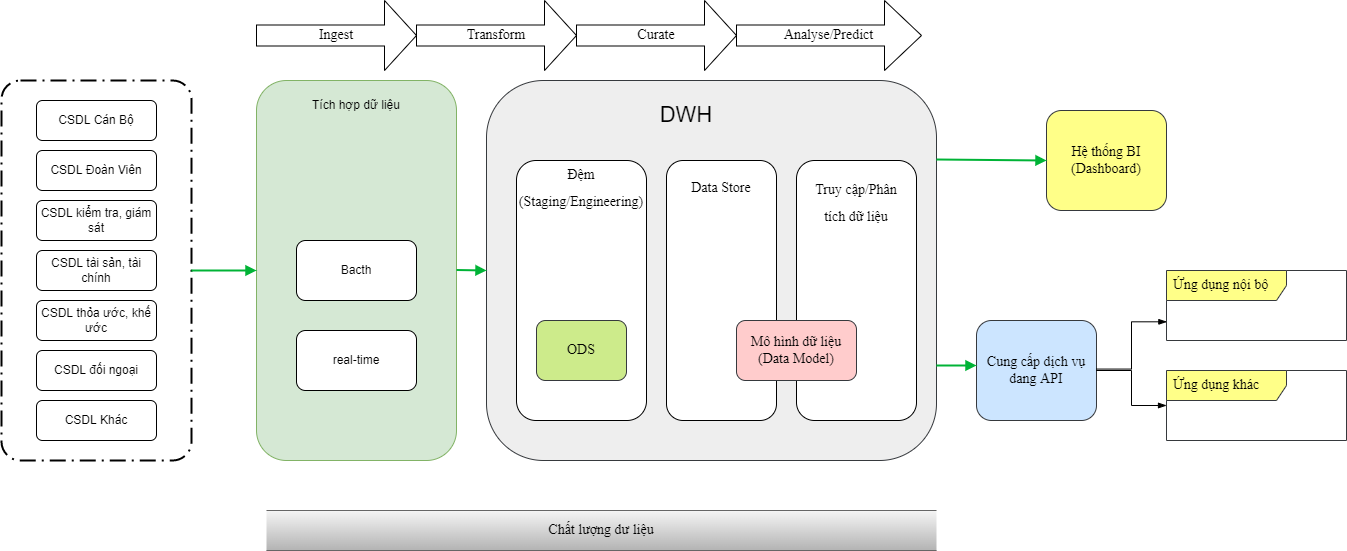
Earlier version of the draw.io export Untitled Diagram.drawio.png (letheanh12345/Draw-io). Source tidied: cells renumbered, new cells last; positions are measured from the earlier drawing's top-left corner, leaving out a move shared by most shapes. Source of this version:
```xml
<mxGraphModel>
  <root>
    <mxCell id="0" />
    <mxCell id="1" parent="0" />
    <mxCell id="2" value="CSDL Cán Bộ" style="rounded=1;whiteSpace=wrap;html=1;" parent="1" vertex="1">
      <mxGeometry x="35" y="100" width="120" height="40" as="geometry" />
    </mxCell>
    <mxCell id="3" value="CSDL Đoàn Viên" style="rounded=1;whiteSpace=wrap;html=1;" parent="1" vertex="1">
      <mxGeometry x="35" y="150" width="120" height="40" as="geometry" />
    </mxCell>
    <mxCell id="4" value="CSDL kiểm tra, giám sát" style="rounded=1;whiteSpace=wrap;html=1;" parent="1" vertex="1">
      <mxGeometry x="35" y="200" width="120" height="40" as="geometry" />
    </mxCell>
    <mxCell id="5" value="CSDL tài sản, tài chính" style="rounded=1;whiteSpace=wrap;html=1;" parent="1" vertex="1">
      <mxGeometry x="35" y="250" width="120" height="40" as="geometry" />
    </mxCell>
    <mxCell id="6" value="CSDL thỏa ước, khế ước" style="rounded=1;whiteSpace=wrap;html=1;" parent="1" vertex="1">
      <mxGeometry x="35" y="300" width="120" height="40" as="geometry" />
    </mxCell>
    <mxCell id="7" value="CSDL đối ngoại" style="rounded=1;whiteSpace=wrap;html=1;" parent="1" vertex="1">
      <mxGeometry x="35" y="350" width="120" height="40" as="geometry" />
    </mxCell>
    <mxCell id="8" value="CSDL Khác" style="rounded=1;whiteSpace=wrap;html=1;" parent="1" vertex="1">
      <mxGeometry x="35" y="400" width="120" height="40" as="geometry" />
    </mxCell>
    <mxCell id="9" style="points=[[0.25,0,0],[0.5,0,0],[0.75,0,0],[1,0.25,0],[1,0.5,0],[1,0.75,0],[0.75,1,0],[0.5,1,0],[0.25,1,0],[0,0.75,0],[0,0.5,0],[0,0.25,0]];rounded=1;arcSize=10;dashed=1;strokeColor=#000000;fillColor=none;gradientColor=none;dashPattern=8 3 1 3;strokeWidth=2;" parent="1" vertex="1">
      <mxGeometry y="80" width="190" height="380" as="geometry" />
    </mxCell>
    <mxCell id="10" style="edgeStyle=none;rounded=0;html=1;jettySize=auto;strokeColor=#00B336;strokeWidth=2;fontColor=#000000;jumpStyle=none;endArrow=block;endFill=1;startArrow=none;" parent="1" edge="1" source="9">
      <mxGeometry relative="1" as="geometry">
        <mxPoint x="255" y="270" as="targetPoint" />
      </mxGeometry>
    </mxCell>
    <mxCell id="11" style="rounded=1;whiteSpace=wrap;html=1;fillColor=#d5e8d4;strokeColor=#82b366;" parent="1" vertex="1">
      <mxGeometry x="255" y="80" width="200" height="380" as="geometry" />
    </mxCell>
    <mxCell id="12" value="Tích hợp dữ liệu" style="text;html=1;strokeColor=none;fillColor=none;align=center;verticalAlign=middle;whiteSpace=wrap;rounded=0;" parent="1" vertex="1">
      <mxGeometry x="275" y="90" width="160" height="30" as="geometry" />
    </mxCell>
    <mxCell id="13" value="Bacth" style="rounded=1;whiteSpace=wrap;html=1;" parent="1" vertex="1">
      <mxGeometry x="295" y="240" width="120" height="60" as="geometry" />
    </mxCell>
    <mxCell id="14" value="real-time" style="rounded=1;whiteSpace=wrap;html=1;" parent="1" vertex="1">
      <mxGeometry x="295" y="330" width="120" height="60" as="geometry" />
    </mxCell>
    <mxCell id="15" style="rounded=1;whiteSpace=wrap;html=1;fillColor=#eeeeee;strokeColor=#36393d;" parent="1" vertex="1">
      <mxGeometry x="485" y="80" width="450" height="380" as="geometry" />
    </mxCell>
    <mxCell id="16" value="&lt;font style=&quot;font-size: 22px&quot;&gt;DWH&lt;/font&gt;" style="text;html=1;strokeColor=none;fillColor=none;align=center;verticalAlign=middle;whiteSpace=wrap;rounded=0;" parent="1" vertex="1">
      <mxGeometry x="505" y="100" width="360" height="30" as="geometry" />
    </mxCell>
    <mxCell id="17" style="edgeStyle=none;rounded=0;html=1;jettySize=auto;orthogonalLoop=1;strokeColor=#00B336;strokeWidth=2;fontColor=#000000;jumpStyle=none;endArrow=block;endFill=1;startArrow=none;" parent="1" edge="1">
      <mxGeometry relative="1" as="geometry">
        <mxPoint x="455" y="269.5" as="sourcePoint" />
        <mxPoint x="485" y="270" as="targetPoint" />
      </mxGeometry>
    </mxCell>
    <mxCell id="18" style="rounded=1;whiteSpace=wrap;html=1;fontSize=22;" parent="1" vertex="1">
      <mxGeometry x="515" y="160" width="130" height="260" as="geometry" />
    </mxCell>
    <mxCell id="19" value="&lt;font face=&quot;Times New Roman&quot; style=&quot;font-size: 14px&quot;&gt;Đệm (Staging/Engineering)&lt;/font&gt;" style="text;html=1;strokeColor=none;fillColor=none;align=center;verticalAlign=middle;whiteSpace=wrap;rounded=0;fontSize=22;" parent="1" vertex="1">
      <mxGeometry x="515" y="170" width="130" height="30" as="geometry" />
    </mxCell>
    <mxCell id="20" value="ODS" style="rounded=1;whiteSpace=wrap;html=1;fontFamily=Times New Roman;fontSize=14;fillColor=#cdeb8b;strokeColor=#36393d;" parent="1" vertex="1">
      <mxGeometry x="535" y="320" width="90" height="60" as="geometry" />
    </mxCell>
    <mxCell id="21" style="rounded=1;whiteSpace=wrap;html=1;fontSize=22;" parent="1" vertex="1">
      <mxGeometry x="665" y="160" width="110" height="260" as="geometry" />
    </mxCell>
    <mxCell id="22" value="&lt;font face=&quot;Times New Roman&quot;&gt;&lt;span style=&quot;font-size: 14px&quot;&gt;Data Store&lt;/span&gt;&lt;/font&gt;" style="text;html=1;strokeColor=none;fillColor=none;align=center;verticalAlign=middle;whiteSpace=wrap;rounded=0;fontSize=22;" parent="1" vertex="1">
      <mxGeometry x="670" y="170" width="100" height="30" as="geometry" />
    </mxCell>
    <mxCell id="23" style="rounded=1;whiteSpace=wrap;html=1;fontSize=22;" parent="1" vertex="1">
      <mxGeometry x="795" y="160" width="120" height="260" as="geometry" />
    </mxCell>
    <mxCell id="24" value="&lt;font face=&quot;Times New Roman&quot;&gt;&lt;span style=&quot;font-size: 14px&quot;&gt;Truy cập/Phân tích dữ liệu&lt;/span&gt;&lt;/font&gt;" style="text;html=1;strokeColor=none;fillColor=none;align=center;verticalAlign=middle;whiteSpace=wrap;rounded=0;fontSize=22;" parent="1" vertex="1">
      <mxGeometry x="805" y="170" width="100" height="60" as="geometry" />
    </mxCell>
    <mxCell id="25" value="Mô hình dữ liệu (Data Model)" style="rounded=1;whiteSpace=wrap;html=1;fontFamily=Times New Roman;fontSize=14;fillColor=#ffcccc;strokeColor=#36393d;" parent="1" vertex="1">
      <mxGeometry x="735" y="320" width="120" height="60" as="geometry" />
    </mxCell>
    <mxCell id="26" value="Hệ thống BI (Dashboard)" style="rounded=1;whiteSpace=wrap;html=1;fontFamily=Times New Roman;fontSize=14;fillColor=#ffff88;strokeColor=#36393d;" parent="1" vertex="1">
      <mxGeometry x="1045" y="110" width="120" height="100" as="geometry" />
    </mxCell>
    <mxCell id="27" style="edgeStyle=none;rounded=0;html=1;jettySize=auto;strokeColor=#00B336;strokeWidth=2;fontColor=#000000;jumpStyle=none;endArrow=block;endFill=1;startArrow=none;entryX=0;entryY=0.5;entryDx=0;entryDy=0;" parent="1" edge="1" target="26">
      <mxGeometry relative="1" as="geometry">
        <mxPoint x="935" y="159" as="sourcePoint" />
      </mxGeometry>
    </mxCell>
    <mxCell id="28" value="Cung cấp dịch vụ dang API" style="rounded=1;whiteSpace=wrap;html=1;fontFamily=Times New Roman;fontSize=14;fillColor=#cce5ff;strokeColor=#36393d;" parent="1" vertex="1">
      <mxGeometry x="975" y="320" width="120" height="100" as="geometry" />
    </mxCell>
    <mxCell id="29" value="Ứng dụng nội bộ" style="shape=umlFrame;whiteSpace=wrap;html=1;width=120;height=30;boundedLbl=1;verticalAlign=middle;align=left;spacingLeft=5;fontFamily=Times New Roman;fontSize=14;fillColor=#ffff88;strokeColor=#36393d;" parent="1" vertex="1">
      <mxGeometry x="1165" y="270" width="180" height="70" as="geometry" />
    </mxCell>
    <mxCell id="30" value="Ứng dụng khác" style="shape=umlFrame;whiteSpace=wrap;html=1;width=120;height=30;boundedLbl=1;verticalAlign=middle;align=left;spacingLeft=5;fontFamily=Times New Roman;fontSize=14;fillColor=#ffff88;strokeColor=#36393d;" parent="1" vertex="1">
      <mxGeometry x="1165" y="370" width="180" height="70" as="geometry" />
    </mxCell>
    <mxCell id="31" style="edgeStyle=none;rounded=0;html=1;jettySize=auto;strokeColor=#00B336;strokeWidth=2;fontColor=#000000;jumpStyle=none;endArrow=block;endFill=1;startArrow=none;exitX=1;exitY=0.75;exitDx=0;exitDy=0;" parent="1" edge="1" source="15">
      <mxGeometry relative="1" as="geometry">
        <mxPoint x="975" y="365" as="targetPoint" />
      </mxGeometry>
    </mxCell>
    <mxCell id="32" style="edgeStyle=elbowEdgeStyle;fontSize=12;html=1;endArrow=blockThin;endFill=1;rounded=0;fontFamily=Times New Roman;entryX=0.002;entryY=0.733;entryDx=0;entryDy=0;entryPerimeter=0;" parent="1" edge="1">
      <mxGeometry relative="1" as="geometry">
        <mxPoint x="1095" y="368.6" as="sourcePoint" />
        <mxPoint x="1165.4" y="321.3" as="targetPoint" />
      </mxGeometry>
    </mxCell>
    <mxCell id="33" style="edgeStyle=elbowEdgeStyle;fontSize=12;html=1;endArrow=blockThin;endFill=1;rounded=0;fontFamily=Times New Roman;" parent="1" edge="1" target="30">
      <mxGeometry relative="1" as="geometry">
        <mxPoint x="1094.6" y="370" as="sourcePoint" />
      </mxGeometry>
    </mxCell>
    <mxCell id="34" value="Chất lượng dư liệu" style="shape=partialRectangle;whiteSpace=wrap;html=1;left=0;right=0;fillColor=#f5f5f5;fontFamily=Times New Roman;fontSize=14;strokeColor=#666666;gradientColor=#b3b3b3;" parent="1" vertex="1">
      <mxGeometry x="265" y="510" width="670" height="40" as="geometry" />
    </mxCell>
    <mxCell id="35" value="Ingest" style="shape=singleArrow;whiteSpace=wrap;html=1;fontFamily=Times New Roman;fontSize=14;" parent="1" vertex="1">
      <mxGeometry x="255" width="160" height="70" as="geometry" />
    </mxCell>
    <mxCell id="36" value="Transform" style="shape=singleArrow;whiteSpace=wrap;html=1;fontFamily=Times New Roman;fontSize=14;" parent="1" vertex="1">
      <mxGeometry x="415" width="160" height="70" as="geometry" />
    </mxCell>
    <mxCell id="37" value="Curate" style="shape=singleArrow;whiteSpace=wrap;html=1;fontFamily=Times New Roman;fontSize=14;" parent="1" vertex="1">
      <mxGeometry x="575" width="160" height="70" as="geometry" />
    </mxCell>
    <mxCell id="38" value="Analyse/Predict" style="shape=singleArrow;whiteSpace=wrap;html=1;fontFamily=Times New Roman;fontSize=14;" parent="1" vertex="1">
      <mxGeometry x="735" width="185" height="70" as="geometry" />
    </mxCell>
  </root>
</mxGraphModel>
```
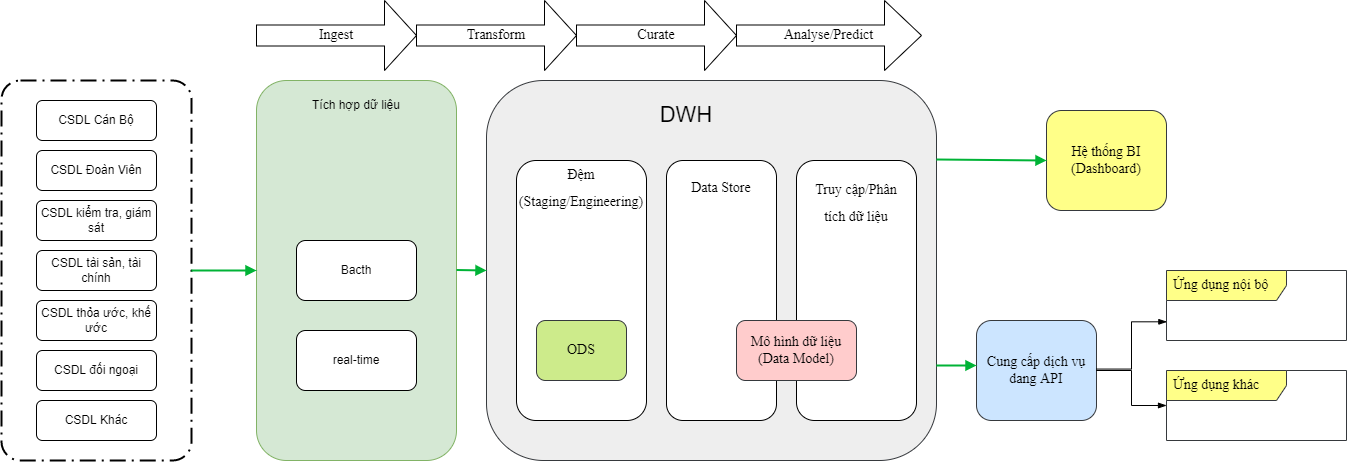
The same diagram one commit later.

What changed in the source:
```diff
@@ -112,9 +112,6 @@
         <mxPoint x="1094.6" y="370" as="sourcePoint" />
       </mxGeometry>
     </mxCell>
-    <mxCell id="34" value="Chất lượng dư liệu" style="shape=partialRectangle;whiteSpace=wrap;html=1;left=0;right=0;fillColor=#f5f5f5;fontFamily=Times New Roman;fontSize=14;strokeColor=#666666;gradientColor=#b3b3b3;" parent="1" vertex="1">
-      <mxGeometry x="265" y="510" width="670" height="40" as="geometry" />
-    </mxCell>
     <mxCell id="35" value="Ingest" style="shape=singleArrow;whiteSpace=wrap;html=1;fontFamily=Times New Roman;fontSize=14;" parent="1" vertex="1">
       <mxGeometry x="255" width="160" height="70" as="geometry" />
     </mxCell>
```
